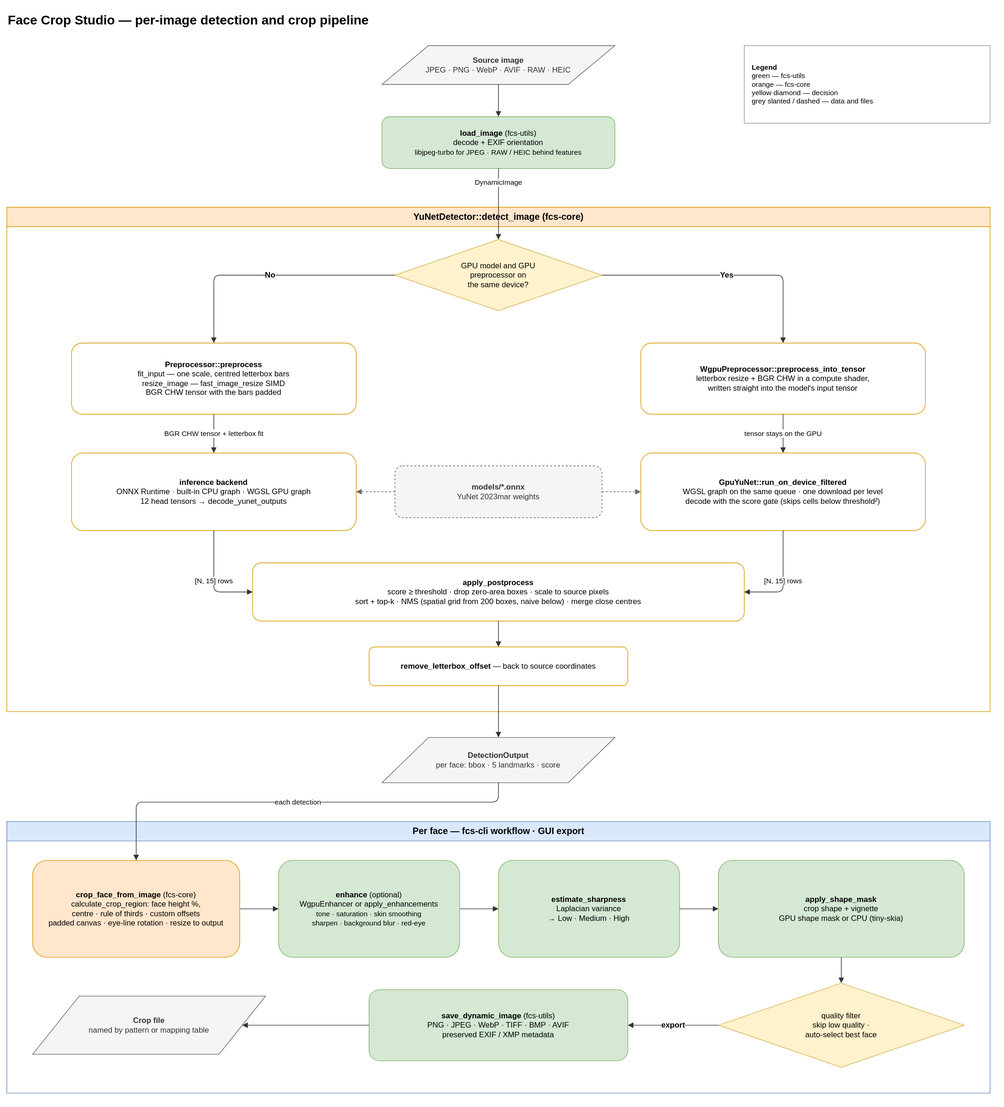
This is docs/diagrams/detection-pipeline.drawio.svg from gregorycarnegie/face-crop-studio, a draw.io export, as it was before one commit. Source tidied: cells renumbered, new cells last; positions are measured from the earlier drawing's top-left corner, leaving out a move shared by most shapes.
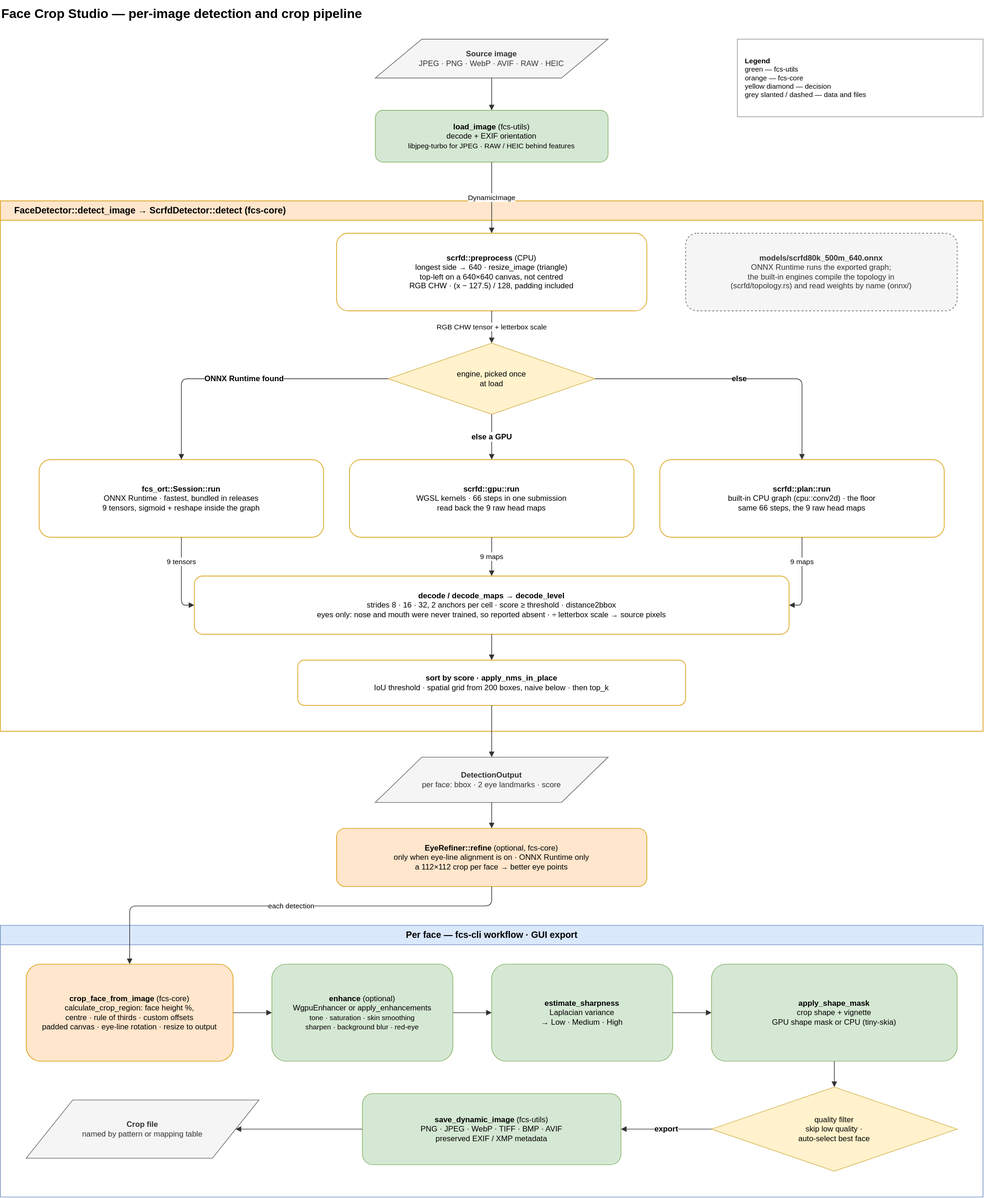
After the commit.

Commit message:
Redraw the architecture diagrams for SCRFD

The edit, as a diff of the source:
```diff
@@ -14,81 +14,81 @@
     <mxCell id="5" value="&lt;b&gt;load_image&lt;/b&gt; (fcs-utils)&lt;br&gt;decode + EXIF orientation&lt;br&gt;&lt;font style=&quot;font-size:11px&quot;&gt;libjpeg-turbo for JPEG · RAW / HEIC behind features&lt;/font&gt;" style="rounded=1;whiteSpace=wrap;html=1;fillColor=#d5e8d4;strokeColor=#82b366;fontSize=12;" parent="1" vertex="1">
       <mxGeometry x="580" y="170" width="360" height="80" as="geometry" />
     </mxCell>
-    <mxCell id="6" value="YuNetDetector::detect_image (fcs-core)" style="swimlane;startSize=30;html=1;fillColor=#ffe6cc;strokeColor=#d79b00;swimlaneFillColor=#ffffff;fontStyle=1;fontSize=14;" parent="1" vertex="1">
-      <mxGeometry y="310" width="1520" height="780" as="geometry" />
+    <mxCell id="6" value="FaceDetector::detect_image → ScrfdDetector::detect (fcs-core)" style="swimlane;startSize=30;html=1;align=left;spacingLeft=20;fillColor=#ffe6cc;strokeColor=#d79b00;swimlaneFillColor=#ffffff;fontStyle=1;fontSize=14;" parent="1" vertex="1">
+      <mxGeometry y="310" width="1520" height="820" as="geometry" />
     </mxCell>
+    <mxCell id="43" value="&lt;b&gt;scrfd::preprocess&lt;/b&gt; (CPU)&lt;br&gt;longest side → 640 · resize_image (triangle)&lt;br&gt;top-left on a 640×640 canvas, not centred&lt;br&gt;RGB CHW · (x − 127.5) / 128, padding included" style="rounded=1;whiteSpace=wrap;html=1;fillColor=#ffffff;strokeColor=#d79b00;fontSize=12;" parent="6" vertex="1">
+      <mxGeometry x="520" y="50" width="480" height="120" as="geometry" />
+    </mxCell>
+    <mxCell id="12" value="&lt;b&gt;models/scrfd80k_500m_640.onnx&lt;/b&gt;&lt;br&gt;ONNX Runtime runs the exported graph;&lt;br&gt;the built-in engines compile the topology in&lt;br&gt;(scrfd/topology.rs) and read weights by name (onnx/)" style="rounded=1;whiteSpace=wrap;html=1;dashed=1;fillColor=#f5f5f5;strokeColor=#666666;fontColor=#333333;fontSize=12;" parent="6" vertex="1">
+      <mxGeometry x="1060" y="50" width="420" height="120" as="geometry" />
+    </mxCell>
-    <mxCell id="7" value="GPU model and GPU&lt;br&gt;preprocessor on&lt;br&gt;the same device?" style="rhombus;whiteSpace=wrap;html=1;fillColor=#fff2cc;strokeColor=#d6b656;fontSize=12;" parent="6" vertex="1">
-      <mxGeometry x="600" y="50" width="320" height="110" as="geometry" />
+    <mxCell id="7" value="engine, picked once&lt;br&gt;at load" style="rhombus;whiteSpace=wrap;html=1;fillColor=#fff2cc;strokeColor=#d6b656;fontSize=12;" parent="6" vertex="1">
+      <mxGeometry x="600" y="220" width="320" height="110" as="geometry" />
     </mxCell>
-    <mxCell id="8" value="&lt;b&gt;Preprocessor::preprocess&lt;/b&gt;&lt;br&gt;fit_input — one scale, centred letterbox bars&lt;br&gt;resize_image — fast_image_resize SIMD&lt;br&gt;BGR CHW tensor with the bars padded" style="rounded=1;whiteSpace=wrap;html=1;fillColor=#ffffff;strokeColor=#d79b00;fontSize=12;" parent="6" vertex="1">
-      <mxGeometry x="100" y="210" width="440" height="110" as="geometry" />
-    </mxCell>
-    <mxCell id="9" value="&lt;b&gt;WgpuPreprocessor::preprocess_into_tensor&lt;/b&gt;&lt;br&gt;letterbox resize + BGR CHW in a compute shader,&lt;br&gt;written straight into the model's input tensor" style="rounded=1;whiteSpace=wrap;html=1;fillColor=#ffffff;strokeColor=#d79b00;fontSize=12;" parent="6" vertex="1">
-      <mxGeometry x="980" y="210" width="440" height="110" as="geometry" />
-    </mxCell>
-    <mxCell id="10" value="&lt;b&gt;inference backend&lt;/b&gt;&lt;br&gt;ONNX Runtime · built-in CPU graph · WGSL GPU graph&lt;br&gt;12 head tensors → decode_yunet_outputs" style="rounded=1;whiteSpace=wrap;html=1;fillColor=#ffffff;strokeColor=#d79b00;fontSize=12;" parent="6" vertex="1">
-      <mxGeometry x="100" y="380" width="440" height="120" as="geometry" />
-    </mxCell>
+    <mxCell id="44" value="&lt;b&gt;fcs_ort::Session::run&lt;/b&gt;&lt;br&gt;ONNX Runtime · fastest, bundled in releases&lt;br&gt;9 tensors, sigmoid + reshape inside the graph" style="rounded=1;whiteSpace=wrap;html=1;fillColor=#ffffff;strokeColor=#d79b00;fontSize=12;" parent="6" vertex="1">
+      <mxGeometry x="60" y="400" width="440" height="120" as="geometry" />
+    </mxCell>
-    <mxCell id="11" value="&lt;b&gt;GpuYuNet::run_on_device_filtered&lt;/b&gt;&lt;br&gt;WGSL graph on the same queue · one download per level&lt;br&gt;decode with the score gate (skips cells below threshold²)" style="rounded=1;whiteSpace=wrap;html=1;fillColor=#ffffff;strokeColor=#d79b00;fontSize=12;" parent="6" vertex="1">
-      <mxGeometry x="980" y="380" width="440" height="120" as="geometry" />
+    <mxCell id="11" value="&lt;b&gt;scrfd::gpu::run&lt;/b&gt;&lt;br&gt;WGSL kernels · 66 steps in one submission&lt;br&gt;read back the 9 raw head maps" style="rounded=1;whiteSpace=wrap;html=1;fillColor=#ffffff;strokeColor=#d79b00;fontSize=12;" parent="6" vertex="1">
+      <mxGeometry x="540" y="400" width="440" height="120" as="geometry" />
     </mxCell>
-    <mxCell id="12" value="&lt;b&gt;models/*.onnx&lt;/b&gt;&lt;br&gt;YuNet 2023mar weights" style="rounded=1;whiteSpace=wrap;html=1;dashed=1;fillColor=#f5f5f5;strokeColor=#666666;fontColor=#333333;fontSize=12;" parent="6" vertex="1">
-      <mxGeometry x="600" y="400" width="320" height="80" as="geometry" />
-    </mxCell>
-    <mxCell id="13" value="&lt;b&gt;apply_postprocess&lt;/b&gt;&lt;br&gt;score ≥ threshold · drop zero-area boxes · scale to source pixels&lt;br&gt;sort + top-k · NMS (spatial grid from 200 boxes, naive below) · merge close centres" style="rounded=1;whiteSpace=wrap;html=1;fillColor=#ffffff;strokeColor=#d79b00;fontSize=12;" parent="6" vertex="1">
-      <mxGeometry x="380" y="550" width="760" height="90" as="geometry" />
-    </mxCell>
-    <mxCell id="14" value="&lt;b&gt;remove_letterbox_offset&lt;/b&gt; — back to source coordinates" style="rounded=1;whiteSpace=wrap;html=1;fillColor=#ffffff;strokeColor=#d79b00;fontSize=12;" parent="6" vertex="1">
-      <mxGeometry x="560" y="680" width="400" height="60" as="geometry" />
-    </mxCell>
+    <mxCell id="45" value="&lt;b&gt;scrfd::plan::run&lt;/b&gt;&lt;br&gt;built-in CPU graph (cpu::conv2d) · the floor&lt;br&gt;same 66 steps, the 9 raw head maps" style="rounded=1;whiteSpace=wrap;html=1;fillColor=#ffffff;strokeColor=#d79b00;fontSize=12;" parent="6" vertex="1">
+      <mxGeometry x="1020" y="400" width="440" height="120" as="geometry" />
+    </mxCell>
+    <mxCell id="46" value="&lt;b&gt;decode / decode_maps → decode_level&lt;/b&gt;&lt;br&gt;strides 8 · 16 · 32, 2 anchors per cell · score ≥ threshold · distance2bbox&lt;br&gt;eyes only: nose and mouth were never trained, so reported absent · ÷ letterbox scale → source pixels" style="rounded=1;whiteSpace=wrap;html=1;fillColor=#ffffff;strokeColor=#d79b00;fontSize=12;" parent="6" vertex="1">
+      <mxGeometry x="300" y="580" width="920" height="90" as="geometry" />
+    </mxCell>
+    <mxCell id="47" value="&lt;b&gt;sort by score · apply_nms_in_place&lt;/b&gt;&lt;br&gt;IoU threshold · spatial grid from 200 boxes, naive below · then top_k" style="rounded=1;whiteSpace=wrap;html=1;fillColor=#ffffff;strokeColor=#d79b00;fontSize=12;" parent="6" vertex="1">
+      <mxGeometry x="460" y="710" width="600" height="70" as="geometry" />
+    </mxCell>
+    <mxCell id="48" value="RGB CHW tensor + letterbox scale" style="edgeStyle=orthogonalEdgeStyle;rounded=1;jettySize=auto;html=1;endArrow=block;endFill=1;strokeColor=#333333;fontSize=11;labelBackgroundColor=#ffffff;exitX=0.5;exitY=1;exitDx=0;exitDy=0;entryX=0.5;entryY=0;entryDx=0;entryDy=0;" parent="6" edge="1" source="43" target="7">
+      <mxGeometry relative="1" as="geometry" />
+    </mxCell>
-    <mxCell id="15" value="No" style="edgeStyle=orthogonalEdgeStyle;rounded=1;jettySize=auto;html=1;endArrow=block;endFill=1;strokeColor=#333333;fontSize=12;fontStyle=1;labelBackgroundColor=#ffffff;exitX=0;exitY=0.5;exitDx=0;exitDy=0;entryX=0.5;entryY=0;entryDx=0;entryDy=0;" parent="6" edge="1" source="7" target="8">
+    <mxCell id="15" value="ONNX Runtime found" style="edgeStyle=orthogonalEdgeStyle;rounded=1;jettySize=auto;html=1;endArrow=block;endFill=1;strokeColor=#333333;fontSize=12;fontStyle=1;labelBackgroundColor=#ffffff;exitX=0;exitY=0.5;exitDx=0;exitDy=0;entryX=0.5;entryY=0;entryDx=0;entryDy=0;" parent="6" edge="1" source="7" target="44">
       <mxGeometry relative="1" as="geometry">
         <Array as="points">
-          <mxPoint x="320" y="105" />
+          <mxPoint x="280" y="275" />
         </Array>
       </mxGeometry>
     </mxCell>
-    <mxCell id="16" value="Yes" style="edgeStyle=orthogonalEdgeStyle;rounded=1;jettySize=auto;html=1;endArrow=block;endFill=1;strokeColor=#333333;fontSize=12;fontStyle=1;labelBackgroundColor=#ffffff;exitX=1;exitY=0.5;exitDx=0;exitDy=0;entryX=0.5;entryY=0;entryDx=0;entryDy=0;" parent="6" edge="1" source="7" target="9">
-      <mxGeometry relative="1" as="geometry">
-        <Array as="points">
-          <mxPoint x="1200" y="105" />
-        </Array>
-      </mxGeometry>
+    <mxCell id="16" value="else a GPU" style="edgeStyle=orthogonalEdgeStyle;rounded=1;jettySize=auto;html=1;endArrow=block;endFill=1;strokeColor=#333333;fontSize=12;fontStyle=1;labelBackgroundColor=#ffffff;exitX=0.5;exitY=1;exitDx=0;exitDy=0;entryX=0.5;entryY=0;entryDx=0;entryDy=0;" parent="6" edge="1" source="7" target="11">
+      <mxGeometry relative="1" as="geometry" />
     </mxCell>
-    <mxCell id="17" value="BGR CHW tensor + letterbox fit" style="edgeStyle=orthogonalEdgeStyle;rounded=1;jettySize=auto;html=1;endArrow=block;endFill=1;strokeColor=#333333;fontSize=11;labelBackgroundColor=#ffffff;exitX=0.5;exitY=1;exitDx=0;exitDy=0;entryX=0.5;entryY=0;entryDx=0;entryDy=0;" parent="6" edge="1" source="8" target="10">
-      <mxGeometry relative="1" as="geometry" />
+    <mxCell id="17" value="else" style="edgeStyle=orthogonalEdgeStyle;rounded=1;jettySize=auto;html=1;endArrow=block;endFill=1;strokeColor=#333333;fontSize=12;fontStyle=1;labelBackgroundColor=#ffffff;exitX=1;exitY=0.5;exitDx=0;exitDy=0;entryX=0.5;entryY=0;entryDx=0;entryDy=0;" parent="6" edge="1" source="7" target="45">
+      <mxGeometry relative="1" as="geometry">
+        <Array as="points">
+          <mxPoint x="1240" y="275" />
+        </Array>
+      </mxGeometry>
     </mxCell>
-    <mxCell id="18" value="tensor stays on the GPU" style="edgeStyle=orthogonalEdgeStyle;rounded=1;jettySize=auto;html=1;endArrow=block;endFill=1;strokeColor=#333333;fontSize=11;labelBackgroundColor=#ffffff;exitX=0.5;exitY=1;exitDx=0;exitDy=0;entryX=0.5;entryY=0;entryDx=0;entryDy=0;" parent="6" edge="1" source="9" target="11">
-      <mxGeometry relative="1" as="geometry" />
+    <mxCell id="18" value="9 tensors" style="edgeStyle=orthogonalEdgeStyle;rounded=1;jettySize=auto;html=1;endArrow=block;endFill=1;strokeColor=#333333;fontSize=11;labelBackgroundColor=#ffffff;exitX=0.5;exitY=1;exitDx=0;exitDy=0;entryX=0;entryY=0.5;entryDx=0;entryDy=0;" parent="6" edge="1" source="44" target="46">
+      <mxGeometry x="-0.4" relative="1" as="geometry">
+        <Array as="points">
+          <mxPoint x="280" y="625" />
+        </Array>
+      </mxGeometry>
     </mxCell>
-    <mxCell id="19" style="edgeStyle=orthogonalEdgeStyle;rounded=1;jettySize=auto;html=1;endArrow=block;endFill=1;dashed=1;strokeColor=#666666;exitX=0;exitY=0.5;exitDx=0;exitDy=0;entryX=1;entryY=0.5;entryDx=0;entryDy=0;" parent="6" edge="1" source="12" target="10">
+    <mxCell id="19" value="9 maps" style="edgeStyle=orthogonalEdgeStyle;rounded=1;jettySize=auto;html=1;endArrow=block;endFill=1;strokeColor=#333333;fontSize=11;labelBackgroundColor=#ffffff;exitX=0.5;exitY=1;exitDx=0;exitDy=0;entryX=0.5;entryY=0;entryDx=0;entryDy=0;" parent="6" edge="1" source="11" target="46">
       <mxGeometry relative="1" as="geometry" />
     </mxCell>
-    <mxCell id="20" style="edgeStyle=orthogonalEdgeStyle;rounded=1;jettySize=auto;html=1;endArrow=block;endFill=1;dashed=1;strokeColor=#666666;exitX=1;exitY=0.5;exitDx=0;exitDy=0;entryX=0;entryY=0.5;entryDx=0;entryDy=0;" parent="6" edge="1" source="12" target="11">
-      <mxGeometry relative="1" as="geometry" />
+    <mxCell id="20" value="9 maps" style="edgeStyle=orthogonalEdgeStyle;rounded=1;jettySize=auto;html=1;endArrow=block;endFill=1;strokeColor=#333333;fontSize=11;labelBackgroundColor=#ffffff;exitX=0.5;exitY=1;exitDx=0;exitDy=0;entryX=1;entryY=0.5;entryDx=0;entryDy=0;" parent="6" edge="1" source="45" target="46">
+      <mxGeometry x="-0.4" relative="1" as="geometry">
+        <Array as="points">
+          <mxPoint x="1240" y="625" />
+        </Array>
+      </mxGeometry>
     </mxCell>
-    <mxCell id="21" value="[N, 15] rows" style="edgeStyle=orthogonalEdgeStyle;rounded=1;jettySize=auto;html=1;endArrow=block;endFill=1;strokeColor=#333333;fontSize=11;labelBackgroundColor=#ffffff;exitX=0.5;exitY=1;exitDx=0;exitDy=0;entryX=0;entryY=0.5;entryDx=0;entryDy=0;" parent="6" edge="1" source="10" target="13">
-      <mxGeometry relative="1" as="geometry">
-        <Array as="points">
-          <mxPoint x="320" y="595" />
-        </Array>
-      </mxGeometry>
+    <mxCell id="21" style="edgeStyle=orthogonalEdgeStyle;rounded=1;jettySize=auto;html=1;endArrow=block;endFill=1;strokeColor=#333333;exitX=0.5;exitY=1;exitDx=0;exitDy=0;entryX=0.5;entryY=0;entryDx=0;entryDy=0;" parent="6" edge="1" source="46" target="47">
+      <mxGeometry relative="1" as="geometry" />
     </mxCell>
-    <mxCell id="22" value="[N, 15] rows" style="edgeStyle=orthogonalEdgeStyle;rounded=1;jettySize=auto;html=1;endArrow=block;endFill=1;strokeColor=#333333;fontSize=11;labelBackgroundColor=#ffffff;exitX=0.5;exitY=1;exitDx=0;exitDy=0;entryX=1;entryY=0.5;entryDx=0;entryDy=0;" parent="6" edge="1" source="11" target="13">
-      <mxGeometry relative="1" as="geometry">
-        <Array as="points">
-          <mxPoint x="1200" y="595" />
-        </Array>
-      </mxGeometry>
-    </mxCell>
-    <mxCell id="23" style="edgeStyle=orthogonalEdgeStyle;rounded=1;jettySize=auto;html=1;endArrow=block;endFill=1;strokeColor=#333333;exitX=0.5;exitY=1;exitDx=0;exitDy=0;entryX=0.5;entryY=0;entryDx=0;entryDy=0;" parent="6" edge="1" source="13" target="14">
-      <mxGeometry relative="1" as="geometry" />
-    </mxCell>
-    <mxCell id="24" value="&lt;b&gt;DetectionOutput&lt;/b&gt;&lt;br&gt;per face: bbox · 5 landmarks · score" style="shape=parallelogram;perimeter=parallelogramPerimeter;whiteSpace=wrap;html=1;fillColor=#f5f5f5;strokeColor=#666666;fontColor=#333333;fontSize=12;" parent="1" vertex="1">
-      <mxGeometry x="580" y="1130" width="360" height="70" as="geometry" />
+    <mxCell id="24" value="&lt;b&gt;DetectionOutput&lt;/b&gt;&lt;br&gt;per face: bbox · 2 eye landmarks · score" style="shape=parallelogram;perimeter=parallelogramPerimeter;whiteSpace=wrap;html=1;fillColor=#f5f5f5;strokeColor=#666666;fontColor=#333333;fontSize=12;" parent="1" vertex="1">
+      <mxGeometry x="580" y="1170" width="360" height="70" as="geometry" />
     </mxCell>
+    <mxCell id="49" value="&lt;b&gt;EyeRefiner::refine&lt;/b&gt; (optional, fcs-core)&lt;br&gt;only when eye-line alignment is on · ONNX Runtime only&lt;br&gt;a 112×112 crop per face → better eye points" style="rounded=1;whiteSpace=wrap;html=1;fillColor=#ffe6cc;strokeColor=#d79b00;fontSize=12;" parent="1" vertex="1">
+      <mxGeometry x="520" y="1280" width="480" height="90" as="geometry" />
+    </mxCell>
     <mxCell id="25" value="Per face — fcs-cli workflow · GUI export" style="swimlane;startSize=30;html=1;fillColor=#dae8fc;strokeColor=#6c8ebf;swimlaneFillColor=#ffffff;fontStyle=1;fontSize=14;" parent="1" vertex="1">
-      <mxGeometry y="1260" width="1520" height="420" as="geometry" />
+      <mxGeometry y="1430" width="1520" height="420" as="geometry" />
     </mxCell>
     <mxCell id="26" value="&lt;b&gt;crop_face_from_image&lt;/b&gt; (fcs-core)&lt;br&gt;calculate_crop_region: face height %,&lt;br&gt;centre · rule of thirds · custom offsets&lt;br&gt;padded canvas · eye-line rotation · resize to output" style="rounded=1;whiteSpace=wrap;html=1;fillColor=#ffe6cc;strokeColor=#d79b00;fontSize=12;" parent="25" vertex="1">
       <mxGeometry x="40" y="60" width="320" height="150" as="geometry" />
@@ -132,17 +132,20 @@
     <mxCell id="39" style="edgeStyle=orthogonalEdgeStyle;rounded=1;jettySize=auto;html=1;endArrow=block;endFill=1;strokeColor=#333333;exitX=0.5;exitY=1;exitDx=0;exitDy=0;entryX=0.5;entryY=0;entryDx=0;entryDy=0;" parent="1" edge="1" source="4" target="5">
       <mxGeometry relative="1" as="geometry" />
     </mxCell>
-    <mxCell id="40" value="DynamicImage" style="edgeStyle=orthogonalEdgeStyle;rounded=1;jettySize=auto;html=1;endArrow=block;endFill=1;strokeColor=#333333;fontSize=11;labelBackgroundColor=#ffffff;exitX=0.5;exitY=1;exitDx=0;exitDy=0;entryX=0.5;entryY=0;entryDx=0;entryDy=0;" parent="1" edge="1" source="5" target="7">
-      <mxGeometry x="-0.6" relative="1" as="geometry" />
+    <mxCell id="40" value="DynamicImage" style="edgeStyle=orthogonalEdgeStyle;rounded=1;jettySize=auto;html=1;endArrow=block;endFill=1;strokeColor=#333333;fontSize=11;labelBackgroundColor=#ffffff;exitX=0.5;exitY=1;exitDx=0;exitDy=0;entryX=0.5;entryY=0;entryDx=0;entryDy=0;" parent="1" edge="1" source="5" target="43">
+      <mxGeometry relative="1" as="geometry" />
     </mxCell>
-    <mxCell id="41" style="edgeStyle=orthogonalEdgeStyle;rounded=1;jettySize=auto;html=1;endArrow=block;endFill=1;strokeColor=#333333;exitX=0.5;exitY=1;exitDx=0;exitDy=0;entryX=0.5;entryY=0;entryDx=0;entryDy=0;" parent="1" edge="1" source="14" target="24">
+    <mxCell id="41" style="edgeStyle=orthogonalEdgeStyle;rounded=1;jettySize=auto;html=1;endArrow=block;endFill=1;strokeColor=#333333;exitX=0.5;exitY=1;exitDx=0;exitDy=0;entryX=0.5;entryY=0;entryDx=0;entryDy=0;" parent="1" edge="1" source="47" target="24">
       <mxGeometry relative="1" as="geometry" />
     </mxCell>
+    <mxCell id="50" style="edgeStyle=orthogonalEdgeStyle;rounded=1;jettySize=auto;html=1;endArrow=block;endFill=1;strokeColor=#333333;exitX=0.5;exitY=1;exitDx=0;exitDy=0;entryX=0.5;entryY=0;entryDx=0;entryDy=0;" parent="1" edge="1" source="24" target="49">
+      <mxGeometry relative="1" as="geometry" />
+    </mxCell>
-    <mxCell id="42" value="each detection" style="edgeStyle=orthogonalEdgeStyle;rounded=1;jettySize=auto;html=1;endArrow=block;endFill=1;strokeColor=#333333;fontSize=11;labelBackgroundColor=#ffffff;exitX=0.5;exitY=1;exitDx=0;exitDy=0;entryX=0.5;entryY=0;entryDx=0;entryDy=0;" parent="1" edge="1" source="24" target="26">
+    <mxCell id="42" value="each detection" style="edgeStyle=orthogonalEdgeStyle;rounded=1;jettySize=auto;html=1;endArrow=block;endFill=1;strokeColor=#333333;fontSize=11;labelBackgroundColor=#ffffff;exitX=0.5;exitY=1;exitDx=0;exitDy=0;entryX=0.5;entryY=0;entryDx=0;entryDy=0;" parent="1" edge="1" source="49" target="26">
       <mxGeometry relative="1" as="geometry">
         <Array as="points">
-          <mxPoint x="760" y="1230" />
-          <mxPoint x="200" y="1230" />
+          <mxPoint x="760" y="1400" />
+          <mxPoint x="200" y="1400" />
         </Array>
       </mxGeometry>
     </mxCell>
```
